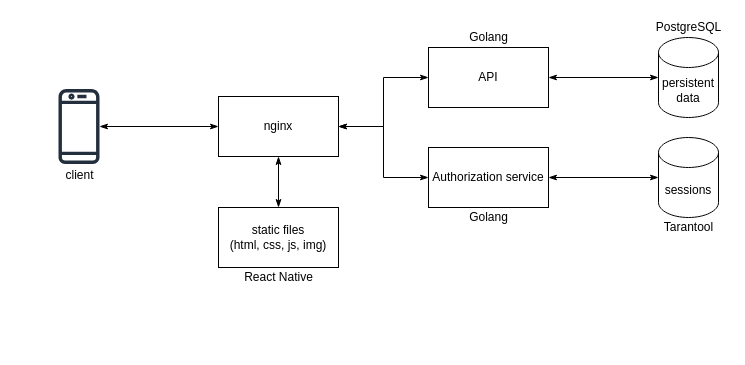
Earlier version of the draw.io diagram back/docs/architecture.drawio (4Marvin2/hurrles). Source tidied: cells renumbered, new cells numbered last; positions are measured from the earlier drawing's top-left corner, leaving out a move shared by most shapes. Both pictures are drawn from the tidied source at 100%, with x=0, y=0 at pixel (58, 17).
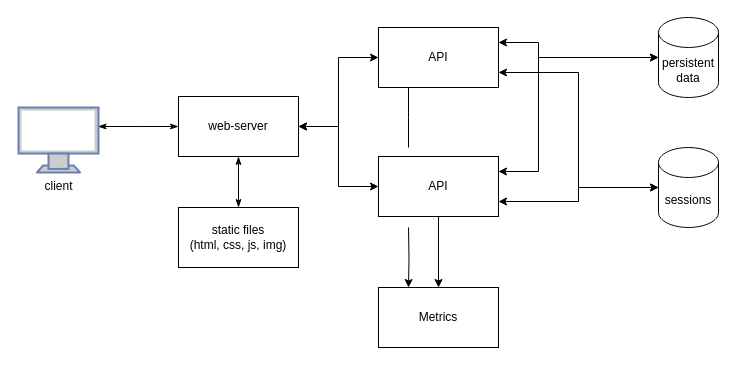
Above is the later version.

What changed in the source:
```diff
@@
-    <mxCell id="2" style="sketch=0;outlineConnect=0;fontColor=#232F3E;gradientColor=none;fillColor=#232F3D;strokeColor=none;dashed=0;verticalLabelPosition=bottom;verticalAlign=top;align=center;html=1;fontSize=12;fontStyle=0;shape=mxgraph.aws4.mobile_client;" parent="1" vertex="1">
-      <mxGeometry y="70" width="41" height="78" as="geometry" />
-    </mxCell>
-    <mxCell id="3" style="edgeStyle=orthogonalEdgeStyle;rounded=0;jettySize=auto;html=1;exitX=0;exitY=0.5;exitDx=0;exitDy=0;startArrow=classicThin;startFill=1;endArrow=classicThin;endFill=1;" parent="1" edge="1" source="7" target="2">
-      <mxGeometry relative="1" as="geometry" />
+    <mxCell id="3" style="edgeStyle=orthogonalEdgeStyle;rounded=0;jettySize=auto;html=1;exitX=0;exitY=0.5;exitDx=0;exitDy=0;startArrow=classicThin;startFill=1;endArrow=classicThin;endFill=1;" parent="1" edge="1" source="7">
+      <mxGeometry relative="1" as="geometry">
+        <mxPoint x="39.5" y="109" as="targetPoint" />
+      </mxGeometry>
     </mxCell>
@@
-    <mxCell id="5" style="edgeStyle=orthogonalEdgeStyle;rounded=0;jettySize=auto;html=1;exitX=1;exitY=0.5;exitDx=0;exitDy=0;entryX=0;entryY=0.5;entryDx=0;entryDy=0;startArrow=classicThin;startFill=1;endArrow=classicThin;endFill=1;" parent="1" edge="1" source="7" target="13">
-      <mxGeometry relative="1" as="geometry" />
-    </mxCell>
-    <mxCell id="6" style="edgeStyle=orthogonalEdgeStyle;rounded=0;jettySize=auto;html=1;exitX=1;exitY=0.5;exitDx=0;exitDy=0;startArrow=classicThin;startFill=1;endArrow=classicThin;endFill=1;" parent="1" edge="1" source="7" target="10">
+    <mxCell id="6" style="edgeStyle=orthogonalEdgeStyle;rounded=0;jettySize=auto;html=1;exitX=1;exitY=0.5;exitDx=0;exitDy=0;entryX=0;entryY=0.5;entryDx=0;entryDy=0;startArrow=classic;startFill=1;" parent="1" edge="1" source="7" target="10">
       <mxGeometry relative="1" as="geometry" />
     </mxCell>
+    <mxCell id="21" style="edgeStyle=orthogonalEdgeStyle;rounded=0;jettySize=auto;html=1;exitX=1;exitY=0.5;exitDx=0;exitDy=0;entryX=0;entryY=0.5;entryDx=0;entryDy=0;startArrow=classic;startFill=1;" parent="1" edge="1" source="7" target="28">
+      <mxGeometry relative="1" as="geometry" />
+    </mxCell>
-    <mxCell id="7" value="nginx" style="rounded=0;whiteSpace=wrap;html=1;" parent="1" vertex="1">
-      <mxGeometry x="160" y="79" width="120" height="60" as="geometry" />
+    <mxCell id="7" value="web-server" style="rounded=0;whiteSpace=wrap;html=1;" parent="1" vertex="1">
+      <mxGeometry x="120" y="79" width="120" height="60" as="geometry" />
     </mxCell>
     <mxCell id="8" value="static files&lt;br&gt;(html, css, js, img)" style="rounded=0;whiteSpace=wrap;html=1;" parent="1" vertex="1">
-      <mxGeometry x="160" y="190" width="120" height="60" as="geometry" />
+      <mxGeometry x="120" y="190" width="120" height="60" as="geometry" />
     </mxCell>
-    <mxCell id="9" style="edgeStyle=orthogonalEdgeStyle;rounded=0;jettySize=auto;html=1;exitX=1;exitY=0.5;exitDx=0;exitDy=0;entryX=0;entryY=0.5;entryDx=0;entryDy=0;entryPerimeter=0;startArrow=classicThin;startFill=1;endArrow=classicThin;endFill=1;" parent="1" edge="1" source="10" target="11">
-      <mxGeometry relative="1" as="geometry" />
+    <mxCell id="9" style="edgeStyle=orthogonalEdgeStyle;rounded=0;jettySize=auto;html=1;exitX=1;exitY=0.25;exitDx=0;exitDy=0;entryX=0;entryY=0.5;entryDx=0;entryDy=0;entryPerimeter=0;startArrow=classic;startFill=1;endArrow=classic;endFill=1;" parent="1" edge="1" source="10" target="11">
+      <mxGeometry relative="1" as="geometry">
+        <Array as="points">
+          <mxPoint x="480" y="25" />
+          <mxPoint x="480" y="40" />
+          <mxPoint x="600" y="40" />
+        </Array>
+      </mxGeometry>
     </mxCell>
+    <mxCell id="22" style="edgeStyle=orthogonalEdgeStyle;rounded=0;jettySize=auto;html=1;exitX=1;exitY=0.75;exitDx=0;exitDy=0;entryX=0;entryY=0.5;entryDx=0;entryDy=0;entryPerimeter=0;startArrow=classic;startFill=1;" parent="1" edge="1" source="10" target="15">
+      <mxGeometry relative="1" as="geometry" />
+    </mxCell>
+    <mxCell id="23" style="edgeStyle=orthogonalEdgeStyle;rounded=0;jettySize=auto;html=1;exitX=0.25;exitY=1;exitDx=0;exitDy=0;fontColor=#000000;startArrow=none;startFill=0;endArrow=none;endFill=0;" parent="1" edge="1" source="10">
+      <mxGeometry relative="1" as="geometry">
+        <mxPoint x="350" y="130" as="targetPoint" />
+      </mxGeometry>
+    </mxCell>
     <mxCell id="10" value="API" style="rounded=0;whiteSpace=wrap;html=1;" parent="1" vertex="1">
-      <mxGeometry x="370" y="30" width="120" height="60" as="geometry" />
+      <mxGeometry x="320" y="10" width="120" height="60" as="geometry" />
     </mxCell>
     <mxCell id="11" value="persistent&lt;br&gt;data" style="shape=cylinder3;whiteSpace=wrap;html=1;boundedLbl=1;backgroundOutline=1;size=15;" parent="1" vertex="1">
-      <mxGeometry x="600" y="20" width="60" height="80" as="geometry" />
+      <mxGeometry x="600" width="60" height="80" as="geometry" />
     </mxCell>
-    <mxCell id="12" style="edgeStyle=orthogonalEdgeStyle;rounded=0;jettySize=auto;html=1;exitX=1;exitY=0.5;exitDx=0;exitDy=0;entryX=0;entryY=0.5;entryDx=0;entryDy=0;entryPerimeter=0;startArrow=classicThin;startFill=1;endArrow=classicThin;endFill=1;" parent="1" edge="1" source="13" target="15">
-      <mxGeometry relative="1" as="geometry" />
-    </mxCell>
-    <mxCell id="13" value="Authorization service" style="rounded=0;whiteSpace=wrap;html=1;" parent="1" vertex="1">
-      <mxGeometry x="370" y="130" width="120" height="60" as="geometry" />
-    </mxCell>
-    <mxCell id="14" value="PostgreSQL" style="text;html=1;align=center;verticalAlign=middle;strokeColor=none;fillColor=none;" parent="1" vertex="1">
-      <mxGeometry x="590" width="80" height="20" as="geometry" />
-    </mxCell>
     <mxCell id="15" value="sessions" style="shape=cylinder3;whiteSpace=wrap;html=1;boundedLbl=1;backgroundOutline=1;size=15;" parent="1" vertex="1">
-      <mxGeometry x="600" y="120" width="60" height="80" as="geometry" />
+      <mxGeometry x="600" y="130" width="60" height="80" as="geometry" />
     </mxCell>
-    <mxCell id="16" value="Tarantool" style="text;html=1;align=center;verticalAlign=middle;strokeColor=none;fillColor=none;" parent="1" vertex="1">
-      <mxGeometry x="595" y="200" width="70" height="20" as="geometry" />
-    </mxCell>
-    <mxCell id="17" value="React Native" style="text;html=1;align=center;verticalAlign=middle;strokeColor=none;fillColor=none;" parent="1" vertex="1">
-      <mxGeometry x="180" y="250" width="80" height="20" as="geometry" />
-    </mxCell>
-    <mxCell id="18" value="Golang" style="text;html=1;align=center;verticalAlign=middle;strokeColor=none;fillColor=none;" parent="1" vertex="1">
-      <mxGeometry x="405" y="190" width="50" height="20" as="geometry" />
-    </mxCell>
-    <mxCell id="19" value="Golang" style="text;html=1;align=center;verticalAlign=middle;strokeColor=none;fillColor=none;" parent="1" vertex="1">
-      <mxGeometry x="405" y="10" width="50" height="20" as="geometry" />
-    </mxCell>
-    <mxCell id="20" value="client" style="text;html=1;align=center;verticalAlign=middle;strokeColor=none;fillColor=none;" parent="1" vertex="1">
-      <mxGeometry x="1" y="148" width="40" height="20" as="geometry" />
+    <mxCell id="20" value="&lt;font color=&quot;#000000&quot;&gt;client&lt;/font&gt;" style="fontColor=#0066CC;verticalAlign=top;verticalLabelPosition=bottom;labelPosition=center;align=center;html=1;fillColor=#CCCCCC;strokeColor=#6881B3;gradientColor=none;gradientDirection=north;strokeWidth=2;shape=mxgraph.networks.monitor;" parent="1" vertex="1">
+      <mxGeometry x="-40" y="90" width="80" height="65" as="geometry" />
     </mxCell>
+    <mxCell id="24" style="edgeStyle=orthogonalEdgeStyle;rounded=0;jettySize=auto;html=1;exitX=1;exitY=0.25;exitDx=0;exitDy=0;entryX=0;entryY=0.5;entryDx=0;entryDy=0;entryPerimeter=0;startArrow=classic;startFill=1;endArrow=classic;endFill=1;" parent="1" edge="1" source="28" target="11">
+      <mxGeometry relative="1" as="geometry">
+        <Array as="points">
+          <mxPoint x="480" y="154" />
+          <mxPoint x="480" y="40" />
+        </Array>
+      </mxGeometry>
+    </mxCell>
+    <mxCell id="25" style="edgeStyle=orthogonalEdgeStyle;rounded=0;jettySize=auto;html=1;exitX=1;exitY=0.75;exitDx=0;exitDy=0;entryX=0;entryY=0.5;entryDx=0;entryDy=0;entryPerimeter=0;startArrow=classic;startFill=1;endArrow=classic;endFill=1;" parent="1" edge="1" source="28" target="15">
+      <mxGeometry relative="1" as="geometry" />
+    </mxCell>
+    <mxCell id="26" style="edgeStyle=orthogonalEdgeStyle;rounded=0;jettySize=auto;html=1;exitX=0.5;exitY=1;exitDx=0;exitDy=0;entryX=0.5;entryY=0;entryDx=0;entryDy=0;fontColor=#000000;startArrow=none;startFill=0;endArrow=classic;endFill=1;" parent="1" edge="1" source="28" target="29">
+      <mxGeometry relative="1" as="geometry" />
+    </mxCell>
+    <mxCell id="27" style="edgeStyle=orthogonalEdgeStyle;rounded=0;jettySize=auto;html=1;entryX=0.25;entryY=0;entryDx=0;entryDy=0;fontColor=#000000;startArrow=none;startFill=0;endArrow=classic;endFill=1;" parent="1" edge="1" target="29">
+      <mxGeometry relative="1" as="geometry">
+        <mxPoint x="350" y="210" as="sourcePoint" />
+      </mxGeometry>
+    </mxCell>
+    <mxCell id="28" value="API" style="rounded=0;whiteSpace=wrap;html=1;" parent="1" vertex="1">
+      <mxGeometry x="320" y="139" width="120" height="60" as="geometry" />
+    </mxCell>
+    <mxCell id="29" value="Metrics" style="rounded=0;whiteSpace=wrap;html=1;" parent="1" vertex="1">
+      <mxGeometry x="320" y="270" width="120" height="60" as="geometry" />
+    </mxCell>
```
